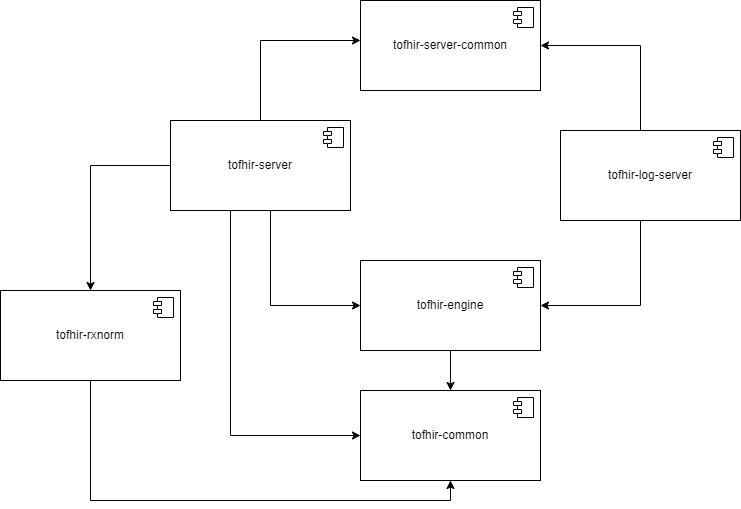
Above: readme-assets/module-component-diagram.png in srdc/tofhir (draw.io), before the change. Source tidied: cells renumbered, new cells last; positions are measured from the earlier drawing's top-left corner, leaving out a move shared by most shapes.
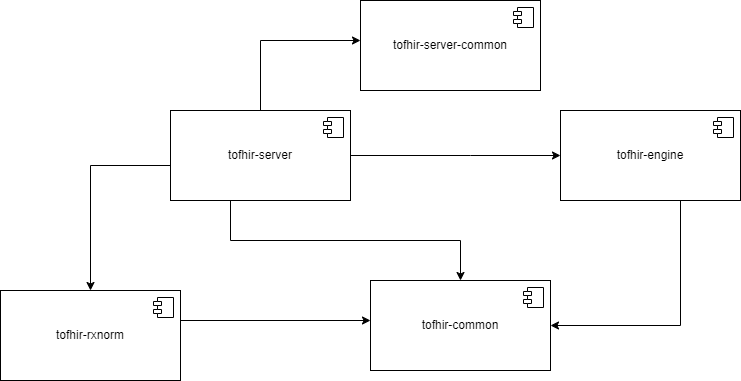
Later version of the same file.

What changed in the source:
```diff
@@ -2,11 +2,8 @@
   <root>
     <mxCell id="0" />
     <mxCell id="1" parent="0" />
-    <mxCell id="2" style="edgeStyle=orthogonalEdgeStyle;rounded=0;jettySize=auto;html=1;entryX=0.5;entryY=0;entryDx=0;entryDy=0;" parent="1" edge="1" source="3" target="5">
-      <mxGeometry relative="1" as="geometry" />
-    </mxCell>
     <mxCell id="3" value="tofhir-engine" style="html=1;whiteSpace=wrap;" parent="1" vertex="1">
-      <mxGeometry x="360" y="260" width="180" height="90" as="geometry" />
+      <mxGeometry x="560" y="110" width="180" height="90" as="geometry" />
     </mxCell>
     <mxCell id="4" style="shape=module;jettyWidth=8;jettyHeight=4;" parent="3" vertex="1">
       <mxGeometry x="1" width="20" height="20" relative="1" as="geometry">
@@ -14,21 +11,13 @@
       </mxGeometry>
     </mxCell>
     <mxCell id="5" value="tofhir-common" style="html=1;whiteSpace=wrap;" parent="1" vertex="1">
-      <mxGeometry x="360" y="390" width="180" height="90" as="geometry" />
+      <mxGeometry x="370" y="280" width="180" height="90" as="geometry" />
     </mxCell>
     <mxCell id="6" style="shape=module;jettyWidth=8;jettyHeight=4;" parent="5" vertex="1">
       <mxGeometry x="1" width="20" height="20" relative="1" as="geometry">
         <mxPoint x="-27" y="7" as="offset" />
       </mxGeometry>
     </mxCell>
-    <mxCell id="7" style="edgeStyle=orthogonalEdgeStyle;rounded=0;jettySize=auto;html=1;entryX=0.5;entryY=1;entryDx=0;entryDy=0;" parent="1" edge="1" source="8" target="5">
-      <mxGeometry relative="1" as="geometry">
-        <Array as="points">
-          <mxPoint x="90" y="500" />
-          <mxPoint x="450" y="500" />
-        </Array>
-      </mxGeometry>
-    </mxCell>
     <mxCell id="8" value="tofhir-rxnorm" style="html=1;whiteSpace=wrap;" parent="1" vertex="1">
       <mxGeometry y="290" width="180" height="90" as="geometry" />
     </mxCell>
@@ -37,20 +26,14 @@
         <mxPoint x="-27" y="7" as="offset" />
       </mxGeometry>
     </mxCell>
-    <mxCell id="10" style="edgeStyle=orthogonalEdgeStyle;rounded=0;jettySize=auto;html=1;entryX=0;entryY=0.5;entryDx=0;entryDy=0;" parent="1" edge="1" source="14" target="5">
+    <mxCell id="10" style="edgeStyle=orthogonalEdgeStyle;rounded=0;jettySize=auto;html=1;entryX=0.5;entryY=0;entryDx=0;entryDy=0;" parent="1" edge="1" source="14" target="5">
       <mxGeometry relative="1" as="geometry">
         <Array as="points">
-          <mxPoint x="230" y="435" />
+          <mxPoint x="230" y="240" />
+          <mxPoint x="460" y="240" />
         </Array>
       </mxGeometry>
     </mxCell>
-    <mxCell id="11" style="edgeStyle=orthogonalEdgeStyle;rounded=0;jettySize=auto;html=1;entryX=0;entryY=0.5;entryDx=0;entryDy=0;" parent="1" edge="1" source="14" target="3">
-      <mxGeometry relative="1" as="geometry">
-        <Array as="points">
-          <mxPoint x="270" y="305" />
-        </Array>
-      </mxGeometry>
-    </mxCell>
     <mxCell id="12" style="edgeStyle=orthogonalEdgeStyle;rounded=0;jettySize=auto;html=1;" parent="1" edge="1" source="14" target="16">
       <mxGeometry relative="1" as="geometry">
         <Array as="points">
@@ -66,7 +49,7 @@
       </mxGeometry>
     </mxCell>
     <mxCell id="14" value="tofhir-server" style="html=1;whiteSpace=wrap;" parent="1" vertex="1">
-      <mxGeometry x="170" y="120" width="180" height="90" as="geometry" />
+      <mxGeometry x="170" y="110" width="180" height="90" as="geometry" />
     </mxCell>
     <mxCell id="15" style="shape=module;jettyWidth=8;jettyHeight=4;" parent="14" vertex="1">
       <mxGeometry x="1" width="20" height="20" relative="1" as="geometry">
@@ -81,28 +64,30 @@
         <mxPoint x="-27" y="7" as="offset" />
       </mxGeometry>
     </mxCell>
-    <mxCell id="18" style="edgeStyle=orthogonalEdgeStyle;rounded=0;jettySize=auto;html=1;exitX=0.25;exitY=1;exitDx=0;exitDy=0;entryX=1;entryY=0.5;entryDx=0;entryDy=0;" parent="1" edge="1" source="20" target="3">
-      <mxGeometry relative="1" as="geometry">
-        <Array as="points">
-          <mxPoint x="640" y="220" />
-          <mxPoint x="640" y="305" />
-        </Array>
-      </mxGeometry>
-    </mxCell>
-    <mxCell id="19" style="edgeStyle=orthogonalEdgeStyle;rounded=0;jettySize=auto;html=1;entryX=1;entryY=0.5;entryDx=0;entryDy=0;" parent="1" edge="1" source="20" target="16">
-      <mxGeometry relative="1" as="geometry">
-        <Array as="points">
-          <mxPoint x="640" y="45" />
-        </Array>
-      </mxGeometry>
-    </mxCell>
-    <mxCell id="20" value="tofhir-log-server" style="html=1;whiteSpace=wrap;" parent="1" vertex="1">
-      <mxGeometry x="560" y="130" width="180" height="90" as="geometry" />
-    </mxCell>
-    <mxCell id="21" style="shape=module;jettyWidth=8;jettyHeight=4;" parent="20" vertex="1">
-      <mxGeometry x="1" width="20" height="20" relative="1" as="geometry">
-        <mxPoint x="-27" y="7" as="offset" />
-      </mxGeometry>
-    </mxCell>
+    <mxCell id="22" style="edgeStyle=orthogonalEdgeStyle;rounded=0;jettySize=auto;html=1;entryX=1;entryY=0.5;entryDx=0;entryDy=0;exitX=0.5;exitY=1;exitDx=0;exitDy=0;" parent="1" edge="1" target="5">
+      <mxGeometry relative="1" as="geometry">
+        <mxPoint x="680" y="200" as="sourcePoint" />
+        <Array as="points">
+          <mxPoint x="680" y="325" />
+        </Array>
+      </mxGeometry>
+    </mxCell>
+    <mxCell id="11" style="edgeStyle=orthogonalEdgeStyle;rounded=0;jettySize=auto;html=1;entryX=0;entryY=0.5;entryDx=0;entryDy=0;exitX=1;exitY=0.5;exitDx=0;exitDy=0;" parent="1" edge="1" source="14" target="3">
+      <mxGeometry relative="1" as="geometry">
+        <Array as="points">
+          <mxPoint x="470" y="155" />
+          <mxPoint x="470" y="155" />
+        </Array>
+      </mxGeometry>
+    </mxCell>
+    <mxCell id="23" style="edgeStyle=orthogonalEdgeStyle;rounded=0;orthogonalLoop=1;jettySize=auto;html=1;exitX=1;exitY=0.5;exitDx=0;exitDy=0;entryX=0;entryY=0.5;entryDx=0;entryDy=0;" parent="1" edge="1">
+      <mxGeometry relative="1" as="geometry">
+        <mxPoint x="180" y="330" as="sourcePoint" />
+        <mxPoint x="370" y="320" as="targetPoint" />
+        <Array as="points">
+          <mxPoint x="180" y="320" />
+        </Array>
+      </mxGeometry>
+    </mxCell>
   </root>
 </mxGraphModel>
```
